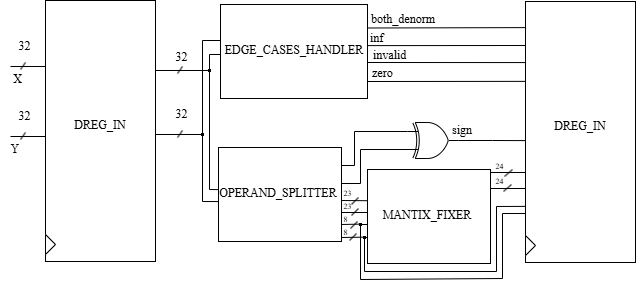
Earlier version of the draw.io export Full architecture.png (altomarigiulio/IEEE-754-Multiplier-Project). Source tidied: cells renumbered, new cells last; positions are measured from the earlier drawing's top-left corner, leaving out a move shared by most shapes.
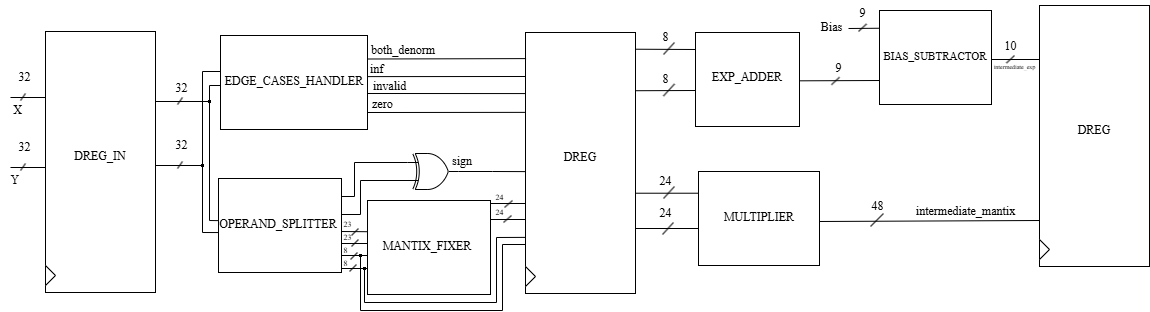
Above is the later version.

The edit, as a diff of the source:
```diff
@@ -151,7 +151,7 @@
     <mxCell id="36" style="triangle;whiteSpace=wrap;html=1;" parent="1" vertex="1">
       <mxGeometry x="525" y="235" width="10" height="20" as="geometry" />
     </mxCell>
-    <mxCell id="37" value="DREG_IN" style="text;strokeColor=none;align=center;fillColor=none;html=1;verticalAlign=middle;whiteSpace=wrap;rounded=0;fontFamily=Latin Modern Roman;" parent="1" vertex="1">
+    <mxCell id="37" value="DREG" style="text;strokeColor=none;align=center;fillColor=none;html=1;verticalAlign=middle;whiteSpace=wrap;rounded=0;fontFamily=Latin Modern Roman;" parent="1" vertex="1">
       <mxGeometry x="550" y="111" width="60" height="30" as="geometry" />
     </mxCell>
     <mxCell id="38" style="rounded=0;whiteSpace=wrap;html=1;fontColor=#727272;labelBorderColor=#585858;" parent="1" vertex="1">
@@ -279,7 +279,7 @@
     <mxCell id="63" value="&lt;font style=&quot;font-size: 8px;&quot; face=&quot;Latin Modern Roman&quot;&gt;8&lt;/font&gt;" style="text;html=1;align=center;verticalAlign=middle;strokeColor=none;fillColor=none;" parent="1" vertex="1">
       <mxGeometry x="334" y="218" width="22" height="26" as="geometry" />
     </mxCell>
-    <mxCell id="64" style="endArrow=none;html=1;rounded=0;entryX=-0.002;entryY=0.332;entryDx=0;entryDy=0;entryPerimeter=0;" parent="1" edge="1" target="65">
+    <mxCell id="64" style="endArrow=none;html=1;rounded=0;entryX=1;entryY=0.5;entryDx=0;entryDy=0;" parent="1" edge="1" target="65">
       <mxGeometry relative="1" as="geometry">
         <mxPoint x="341" y="224" as="sourcePoint" />
       </mxGeometry>
@@ -287,7 +287,7 @@
     <mxCell id="65" style="rounded=0;whiteSpace=wrap;html=1;fillColor=#000000;" parent="1" vertex="1">
       <mxGeometry x="359" y="223" width="2" height="2" as="geometry" />
     </mxCell>
-    <mxCell id="66" style="endArrow=none;html=1;rounded=0;entryX=-0.002;entryY=0.332;entryDx=0;entryDy=0;entryPerimeter=0;" parent="1" edge="1" target="67">
+    <mxCell id="66" style="endArrow=none;html=1;rounded=0;entryX=1;entryY=0.5;entryDx=0;entryDy=0;" parent="1" edge="1" target="67">
       <mxGeometry relative="1" as="geometry">
         <mxPoint x="341" y="237" as="sourcePoint" />
       </mxGeometry>
@@ -309,7 +309,7 @@
     <mxCell id="70" style="endArrow=none;html=1;rounded=0;" parent="1" edge="1">
       <mxGeometry relative="1" as="geometry">
         <mxPoint x="360" y="279" as="sourcePoint" />
-        <mxPoint x="502" y="278" as="targetPoint" />
+        <mxPoint x="502" y="279" as="targetPoint" />
       </mxGeometry>
     </mxCell>
     <mxCell id="71" style="endArrow=none;html=1;rounded=0;" parent="1" edge="1">
@@ -356,7 +356,7 @@
     </mxCell>
     <mxCell id="79" style="endArrow=none;html=1;rounded=0;" parent="1" edge="1">
       <mxGeometry relative="1" as="geometry">
-        <mxPoint x="502" y="278" as="sourcePoint" />
+        <mxPoint x="502" y="279" as="sourcePoint" />
         <mxPoint x="502" y="213" as="targetPoint" />
       </mxGeometry>
     </mxCell>
@@ -371,5 +371,160 @@
         <mxPoint x="525" y="213" as="targetPoint" />
       </mxGeometry>
     </mxCell>
+    <mxCell id="82" style="endArrow=none;html=1;rounded=0;" parent="1" edge="1">
+      <mxGeometry relative="1" as="geometry">
+        <mxPoint x="635" y="197" as="sourcePoint" />
+        <mxPoint x="699" y="197" as="targetPoint" />
+      </mxGeometry>
+    </mxCell>
+    <mxCell id="83" style="endArrow=none;html=1;rounded=0;" parent="1" edge="1">
+      <mxGeometry relative="1" as="geometry">
+        <mxPoint x="635" y="161.7" as="sourcePoint" />
+        <mxPoint x="699" y="161.7" as="targetPoint" />
+      </mxGeometry>
+    </mxCell>
+    <mxCell id="84" style="rounded=0;whiteSpace=wrap;html=1;fontColor=#727272;labelBorderColor=#585858;" parent="1" vertex="1">
+      <mxGeometry x="698" y="140" width="121" height="94" as="geometry" />
+    </mxCell>
+    <mxCell id="85" value="MULTIPLIER" style="text;strokeColor=none;align=center;fillColor=none;html=1;verticalAlign=middle;whiteSpace=wrap;rounded=0;fontFamily=Latin Modern Roman;" parent="1" vertex="1">
+      <mxGeometry x="724.5" y="162" width="68" height="47" as="geometry" />
+    </mxCell>
+    <mxCell id="86" style="endArrow=none;html=1;rounded=0;" parent="1" edge="1">
+      <mxGeometry relative="1" as="geometry">
+        <mxPoint x="663" y="167" as="sourcePoint" />
+        <mxPoint x="674" y="155" as="targetPoint" />
+      </mxGeometry>
+    </mxCell>
+    <mxCell id="87" style="endArrow=none;html=1;rounded=0;" parent="1" edge="1">
+      <mxGeometry relative="1" as="geometry">
+        <mxPoint x="662" y="203" as="sourcePoint" />
+        <mxPoint x="673" y="191" as="targetPoint" />
+      </mxGeometry>
+    </mxCell>
+    <mxCell id="88" value="&lt;font face=&quot;Latin Modern Roman&quot;&gt;24&lt;/font&gt;" style="text;html=1;align=center;verticalAlign=middle;strokeColor=none;fillColor=none;" parent="1" vertex="1">
+      <mxGeometry x="650" y="137" width="30" height="26" as="geometry" />
+    </mxCell>
+    <mxCell id="89" value="&lt;font face=&quot;Latin Modern Roman&quot;&gt;24&lt;/font&gt;" style="text;html=1;align=center;verticalAlign=middle;strokeColor=none;fillColor=none;" parent="1" vertex="1">
+      <mxGeometry x="650" y="169" width="30" height="26" as="geometry" />
+    </mxCell>
+    <mxCell id="90" style="rounded=0;whiteSpace=wrap;html=1;fontColor=#727272;labelBorderColor=#585858;" parent="1" vertex="1">
+      <mxGeometry x="695" y="1" width="104" height="94" as="geometry" />
+    </mxCell>
+    <mxCell id="91" value="EXP_ADDER" style="text;strokeColor=none;align=center;fillColor=none;html=1;verticalAlign=middle;whiteSpace=wrap;rounded=0;fontFamily=Latin Modern Roman;" parent="1" vertex="1">
+      <mxGeometry x="713" y="22" width="68" height="47" as="geometry" />
+    </mxCell>
+    <mxCell id="92" style="endArrow=none;html=1;rounded=0;" parent="1" edge="1">
+      <mxGeometry relative="1" as="geometry">
+        <mxPoint x="635" y="17.7" as="sourcePoint" />
+        <mxPoint x="695" y="18" as="targetPoint" />
+      </mxGeometry>
+    </mxCell>
+    <mxCell id="93" style="endArrow=none;html=1;rounded=0;" parent="1" edge="1">
+      <mxGeometry relative="1" as="geometry">
+        <mxPoint x="663" y="23" as="sourcePoint" />
+        <mxPoint x="674" y="11" as="targetPoint" />
+      </mxGeometry>
+    </mxCell>
+    <mxCell id="94" value="&lt;font face=&quot;Latin Modern Roman&quot;&gt;8&lt;/font&gt;" style="text;html=1;align=center;verticalAlign=middle;strokeColor=none;fillColor=none;" parent="1" vertex="1">
+      <mxGeometry x="650" y="-9" width="30" height="30" as="geometry" />
+    </mxCell>
+    <mxCell id="95" style="endArrow=none;html=1;rounded=0;" parent="1" edge="1">
+      <mxGeometry relative="1" as="geometry">
+        <mxPoint x="635" y="59.2" as="sourcePoint" />
+        <mxPoint x="695" y="59" as="targetPoint" />
+      </mxGeometry>
+    </mxCell>
+    <mxCell id="96" style="endArrow=none;html=1;rounded=0;" parent="1" edge="1">
+      <mxGeometry relative="1" as="geometry">
+        <mxPoint x="663" y="64.5" as="sourcePoint" />
+        <mxPoint x="674" y="52.5" as="targetPoint" />
+      </mxGeometry>
+    </mxCell>
+    <mxCell id="97" value="&lt;font face=&quot;Latin Modern Roman&quot;&gt;8&lt;/font&gt;" style="text;html=1;align=center;verticalAlign=middle;strokeColor=none;fillColor=none;" parent="1" vertex="1">
+      <mxGeometry x="650" y="32.5" width="30" height="30" as="geometry" />
+    </mxCell>
+    <mxCell id="98" style="endArrow=none;html=1;rounded=0;exitX=1;exitY=0.514;exitDx=0;exitDy=0;exitPerimeter=0;" parent="1" edge="1" source="90">
+      <mxGeometry relative="1" as="geometry">
+        <mxPoint x="879" y="49" as="targetPoint" />
+      </mxGeometry>
+    </mxCell>
+    <mxCell id="99" style="endArrow=none;html=1;rounded=0;" parent="1" edge="1">
+      <mxGeometry relative="1" as="geometry">
+        <mxPoint x="831" y="53.2" as="sourcePoint" />
+        <mxPoint x="839" y="45.8" as="targetPoint" />
+      </mxGeometry>
+    </mxCell>
+    <mxCell id="100" value="&lt;font face=&quot;Latin Modern Roman&quot;&gt;9&lt;/font&gt;" style="text;html=1;align=center;verticalAlign=middle;strokeColor=none;fillColor=none;" parent="1" vertex="1">
+      <mxGeometry x="826" y="24" width="24" height="26" as="geometry" />
+    </mxCell>
+    <mxCell id="101" style="rounded=0;whiteSpace=wrap;html=1;fontColor=#727272;labelBorderColor=#585858;" parent="1" vertex="1">
+      <mxGeometry x="879" y="-21" width="112" height="94" as="geometry" />
+    </mxCell>
+    <mxCell id="102" value="&lt;font style=&quot;font-size: 11px;&quot;&gt;BIAS_SUBTRACTOR&lt;/font&gt;" style="text;strokeColor=none;align=center;fillColor=none;html=1;verticalAlign=middle;whiteSpace=wrap;rounded=0;fontFamily=Latin Modern Roman;" parent="1" vertex="1">
+      <mxGeometry x="901" y="1" width="68" height="47" as="geometry" />
+    </mxCell>
+    <mxCell id="103" style="endArrow=none;html=1;rounded=0;" parent="1" edge="1">
+      <mxGeometry relative="1" as="geometry">
+        <mxPoint x="1006" y="31.5" as="sourcePoint" />
+        <mxPoint x="1014" y="24" as="targetPoint" />
+      </mxGeometry>
+    </mxCell>
+    <mxCell id="104" value="&lt;font face=&quot;Latin Modern Roman&quot;&gt;10&lt;/font&gt;" style="text;html=1;align=center;verticalAlign=middle;strokeColor=none;fillColor=none;" parent="1" vertex="1">
+      <mxGeometry x="995" y="2" width="30" height="26" as="geometry" />
+    </mxCell>
+    <mxCell id="105" style="endArrow=none;html=1;rounded=0;" parent="1" edge="1">
+      <mxGeometry relative="1" as="geometry">
+        <mxPoint x="848" y="-3" as="sourcePoint" />
+        <mxPoint x="879" y="-3.2" as="targetPoint" />
+      </mxGeometry>
+    </mxCell>
+    <mxCell id="106" style="endArrow=none;html=1;rounded=0;" parent="1" edge="1">
+      <mxGeometry relative="1" as="geometry">
+        <mxPoint x="858" as="sourcePoint" />
+        <mxPoint x="866" y="-7.5" as="targetPoint" />
+      </mxGeometry>
+    </mxCell>
+    <mxCell id="107" value="&lt;font face=&quot;Latin Modern Roman&quot;&gt;9&lt;/font&gt;" style="text;html=1;align=center;verticalAlign=middle;strokeColor=none;fillColor=none;" parent="1" vertex="1">
+      <mxGeometry x="850" y="-31" width="24" height="26" as="geometry" />
+    </mxCell>
+    <mxCell id="108" value="&lt;font face=&quot;Latin Modern Roman&quot;&gt;Bias&lt;/font&gt;" style="text;html=1;align=center;verticalAlign=middle;strokeColor=none;fillColor=none;" parent="1" vertex="1">
+      <mxGeometry x="811" y="-17" width="39" height="26" as="geometry" />
+    </mxCell>
+    <mxCell id="109" style="endArrow=none;html=1;rounded=0;exitX=1;exitY=0.514;exitDx=0;exitDy=0;exitPerimeter=0;" parent="1" edge="1">
+      <mxGeometry relative="1" as="geometry">
+        <mxPoint x="991" y="28" as="sourcePoint" />
+        <mxPoint x="1039" y="28" as="targetPoint" />
+      </mxGeometry>
+    </mxCell>
+    <mxCell id="110" style="endArrow=none;html=1;rounded=0;" parent="1" edge="1">
+      <mxGeometry relative="1" as="geometry">
+        <mxPoint x="819" y="190" as="sourcePoint" />
+        <mxPoint x="1039" y="189" as="targetPoint" />
+      </mxGeometry>
+    </mxCell>
+    <mxCell id="111" style="endArrow=none;html=1;rounded=0;" parent="1" edge="1">
+      <mxGeometry relative="1" as="geometry">
+        <mxPoint x="870" y="195" as="sourcePoint" />
+        <mxPoint x="883" y="182" as="targetPoint" />
+      </mxGeometry>
+    </mxCell>
+    <mxCell id="112" value="&lt;font face=&quot;Latin Modern Roman&quot;&gt;48&lt;/font&gt;" style="text;html=1;align=center;verticalAlign=middle;strokeColor=none;fillColor=none;" parent="1" vertex="1">
+      <mxGeometry x="862" y="162" width="30" height="26" as="geometry" />
+    </mxCell>
+    <mxCell id="113" style="rounded=0;whiteSpace=wrap;html=1;fontColor=#727272;labelBorderColor=#585858;" parent="1" vertex="1">
+      <mxGeometry x="1039" y="-26" width="110" height="261" as="geometry" />
+    </mxCell>
+    <mxCell id="114" style="triangle;whiteSpace=wrap;html=1;" parent="1" vertex="1">
+      <mxGeometry x="1039" y="208" width="10" height="20" as="geometry" />
+    </mxCell>
+    <mxCell id="115" value="DREG" style="text;strokeColor=none;align=center;fillColor=none;html=1;verticalAlign=middle;whiteSpace=wrap;rounded=0;fontFamily=Latin Modern Roman;" parent="1" vertex="1">
+      <mxGeometry x="1064" y="84" width="60" height="30" as="geometry" />
+    </mxCell>
+    <mxCell id="116" value="&lt;font face=&quot;Latin Modern Roman&quot;&gt;intermediate_mantix&lt;/font&gt;" style="text;html=1;align=center;verticalAlign=middle;strokeColor=none;fillColor=none;" parent="1" vertex="1">
+      <mxGeometry x="905" y="165" width="120" height="30" as="geometry" />
+    </mxCell>
+    <mxCell id="117" value="&lt;font style=&quot;font-size: 6px;&quot; face=&quot;Latin Modern Roman&quot;&gt;intermediate_exp&lt;/font&gt;" style="text;html=1;align=center;verticalAlign=middle;strokeColor=none;fillColor=none;" parent="1" vertex="1">
+      <mxGeometry x="979" y="19" width="70" height="30" as="geometry" />
+    </mxCell>
   </root>
 </mxGraphModel>
```
